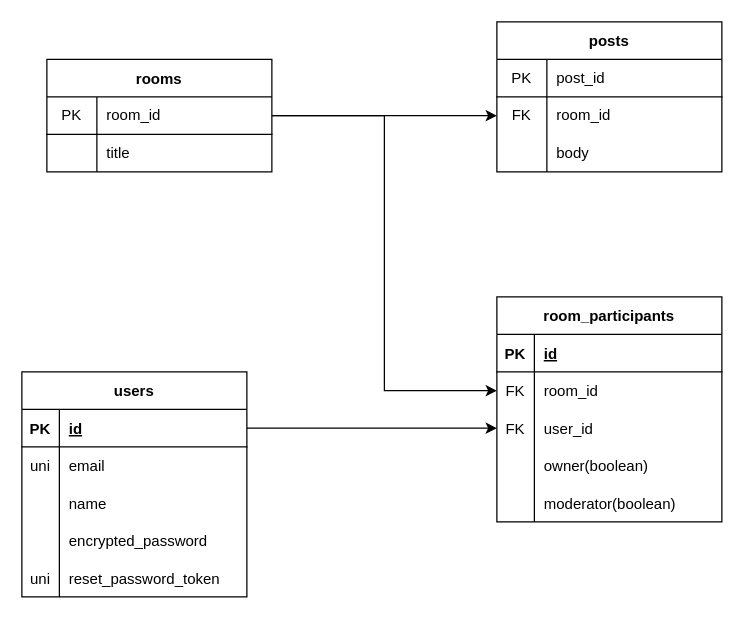
This is EntryRelation.drawio from Terufuji3/ANONIM, a draw.io file, before an edit. Source tidied: cells renumbered, new cells numbered last; positions are measured from the earlier drawing's top-left corner, leaving out a move shared by most shapes. Both pictures are drawn from the tidied source at 125%, with x=0, y=0 at pixel (9, 21).
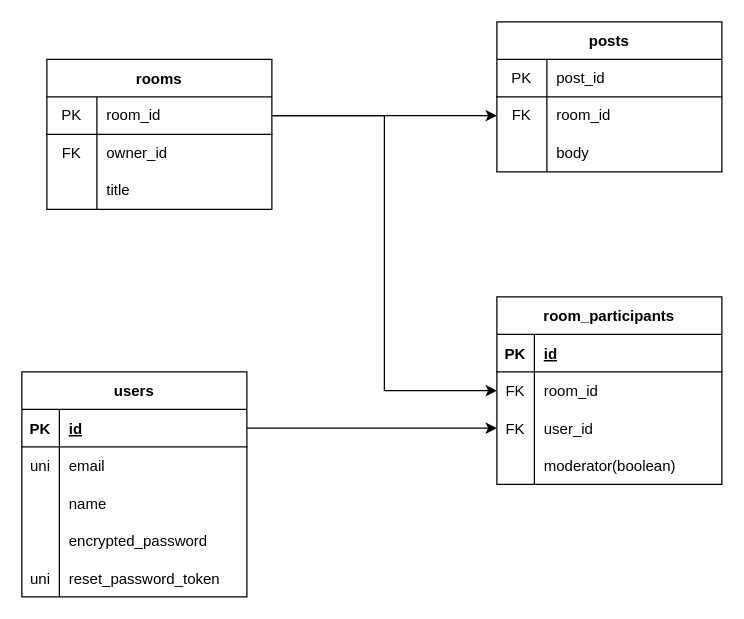
The same diagram, later.

Commit message:
EntryRelation.drawio を更新します

Change to the diagram source:
```diff
@@
     <mxCell id="2" value="rooms" style="shape=table;startSize=30;childLayout=tableLayout;rowLines=0;fontStyle=1;align=center;" parent="1" vertex="1">
-      <mxGeometry x="30" y="30" width="180" height="90" as="geometry" />
+      <mxGeometry x="30" y="30" width="180" height="120" as="geometry" />
     </mxCell>
@@
+    <mxCell id="55" style="shape=partialRectangle;html=1;whiteSpace=wrap;fillColor=none;top=0;left=0;bottom=0;right=0;" parent="2" vertex="1">
+      <mxGeometry y="60" width="180" height="30" as="geometry" />
+    </mxCell>
+    <mxCell id="56" value="FK" style="shape=partialRectangle;html=1;whiteSpace=wrap;fillColor=none;top=0;left=0;bottom=0;right=0;overflow=hidden;" parent="55" vertex="1">
+      <mxGeometry width="40" height="30" as="geometry" />
+    </mxCell>
+    <mxCell id="57" value="owner_id" style="shape=partialRectangle;html=1;whiteSpace=wrap;fillColor=none;top=0;left=0;bottom=0;right=0;align=left;spacingLeft=6;overflow=hidden;" parent="55" vertex="1">
+      <mxGeometry x="40" width="140" height="30" as="geometry" />
+    </mxCell>
     <mxCell id="6" style="shape=partialRectangle;html=1;whiteSpace=wrap;fillColor=none;top=0;left=0;bottom=0;right=0;" parent="2" vertex="1">
-      <mxGeometry y="60" width="180" height="30" as="geometry" />
+      <mxGeometry y="90" width="180" height="30" as="geometry" />
     </mxCell>
@@
     <mxCell id="37" value="room_participants" style="shape=table;startSize=30;childLayout=tableLayout;rowLines=0;fontStyle=1;align=center;" parent="1" vertex="1">
-      <mxGeometry x="390" y="220" width="180" height="180" as="geometry" />
+      <mxGeometry x="390" y="220" width="180" height="150" as="geometry" />
     </mxCell>
@@
-    <mxCell id="47" style="shape=tableRow;horizontal=0;startSize=0;swimlaneHead=0;swimlaneBody=0;fillColor=none;top=0;left=0;right=0;bottom=0;" parent="37" vertex="1">
-      <mxGeometry y="120" width="180" height="30" as="geometry" />
-    </mxCell>
-    <mxCell id="48" style="shape=partialRectangle;fillColor=none;top=0;left=0;bottom=0;right=0;overflow=hidden;" parent="47" vertex="1">
-      <mxGeometry width="30" height="30" as="geometry" />
-    </mxCell>
-    <mxCell id="49" value="owner(boolean)" style="shape=partialRectangle;fillColor=none;top=0;left=0;bottom=0;right=0;align=left;spacingLeft=6;overflow=hidden;" parent="47" vertex="1">
-      <mxGeometry x="30" width="150" height="30" as="geometry" />
-    </mxCell>
     <mxCell id="50" style="shape=tableRow;horizontal=0;startSize=0;swimlaneHead=0;swimlaneBody=0;fillColor=none;top=0;left=0;right=0;bottom=0;" parent="37" vertex="1">
-      <mxGeometry y="150" width="180" height="30" as="geometry" />
+      <mxGeometry y="120" width="180" height="30" as="geometry" />
     </mxCell>
```
